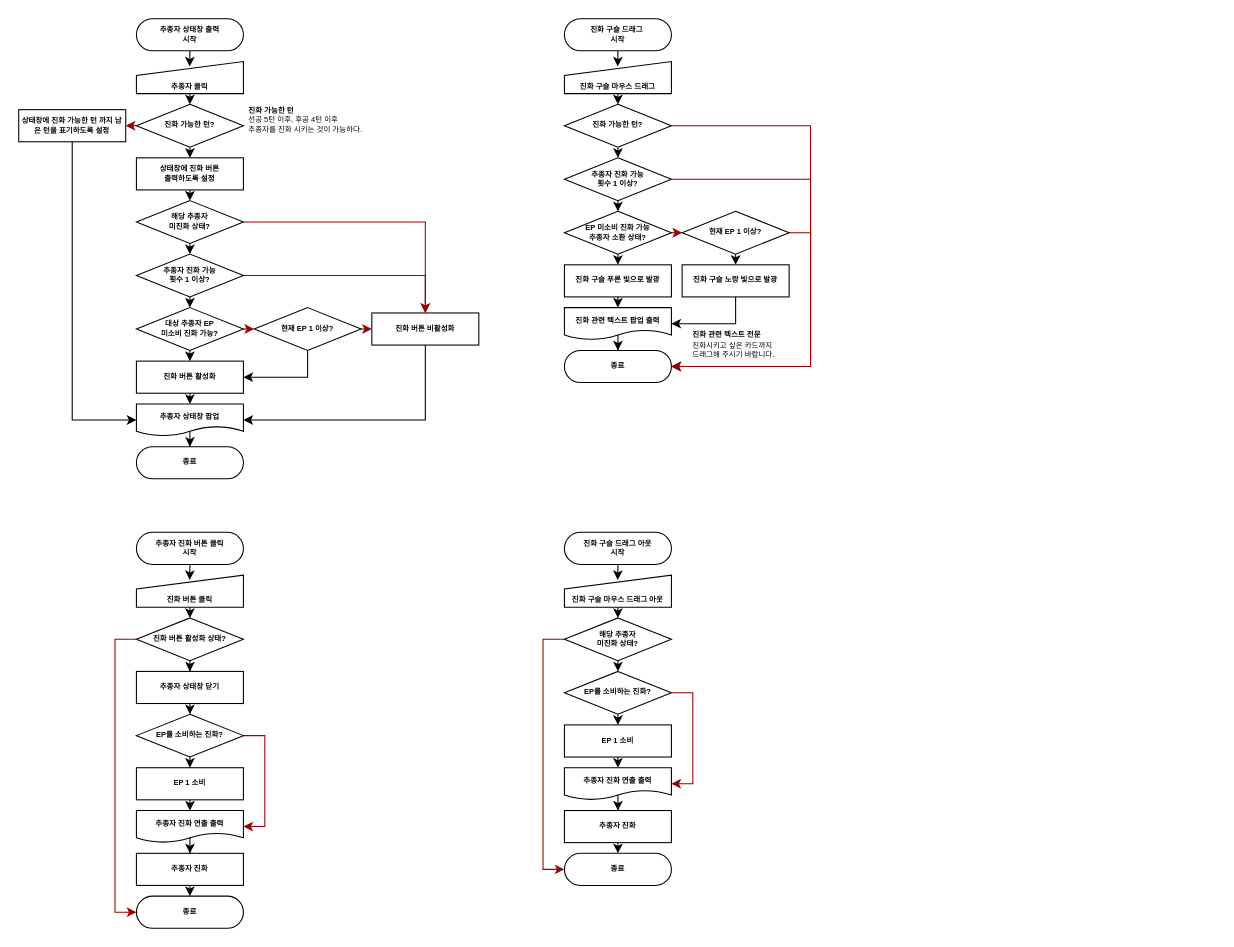
Above: 기획/섀도우 버스/진화 시스템.drawio in yjk0401/unityenginebasic_9th (draw.io), before the change. Source tidied: cells renumbered, new cells numbered last; positions are measured from the earlier drawing's top-left corner, leaving out a move shared by most shapes. Both pictures are drawn from the tidied source at 107%, with x=0, y=0 at pixel (18, 18).
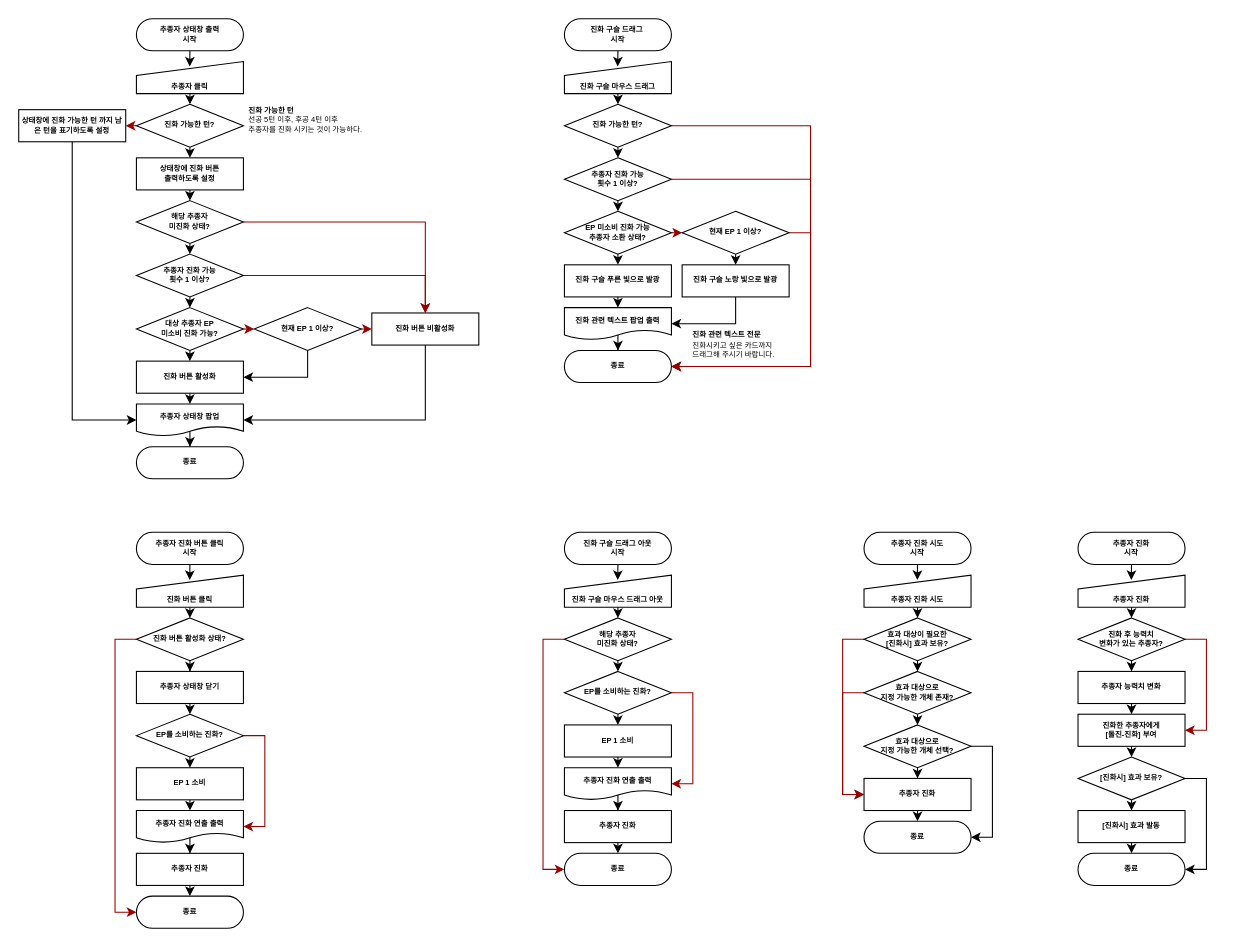
Above is the later version.

Diff of the diagram source:
```diff
@@
+    <mxCell id="93" style="edgeStyle=orthogonalEdgeStyle;rounded=0;jettySize=auto;html=1;exitX=0.5;exitY=1;exitDx=0;exitDy=0;entryX=0.498;entryY=0.154;entryDx=0;entryDy=0;entryPerimeter=0;fontStyle=1;" parent="1" edge="1" source="94" target="96">
+      <mxGeometry relative="1" as="geometry" />
+    </mxCell>
+    <mxCell id="94" value="추종자 진화 시도&lt;div&gt;시작&lt;/div&gt;" style="rounded=1;whiteSpace=wrap;html=1;arcSize=50;fontSize=7;fontStyle=1;" parent="1" vertex="1">
+      <mxGeometry x="790" y="480" width="100" height="30" as="geometry" />
+    </mxCell>
+    <mxCell id="95" style="edgeStyle=orthogonalEdgeStyle;rounded=0;jettySize=auto;html=1;exitX=0.5;exitY=1;exitDx=0;exitDy=0;entryX=0.5;entryY=0;entryDx=0;entryDy=0;" parent="1" edge="1" source="96" target="99">
+      <mxGeometry relative="1" as="geometry" />
+    </mxCell>
+    <mxCell id="96" value="추종자 진화 시도" style="shape=manualInput;whiteSpace=wrap;html=1;size=13;verticalAlign=bottom;fontSize=7;fontStyle=1;" parent="1" vertex="1">
+      <mxGeometry x="790" y="520" width="100" height="30" as="geometry" />
+    </mxCell>
+    <mxCell id="97" style="edgeStyle=orthogonalEdgeStyle;rounded=0;jettySize=auto;html=1;exitX=0.5;exitY=1;exitDx=0;exitDy=0;entryX=0.5;entryY=0;entryDx=0;entryDy=0;" parent="1" edge="1" source="99" target="102">
+      <mxGeometry relative="1" as="geometry" />
+    </mxCell>
+    <mxCell id="98" style="edgeStyle=orthogonalEdgeStyle;rounded=0;jettySize=auto;html=1;exitX=0;exitY=0.5;exitDx=0;exitDy=0;entryX=0;entryY=0.5;entryDx=0;entryDy=0;strokeColor=#990000;" parent="1" edge="1" source="99" target="107">
+      <mxGeometry relative="1" as="geometry" />
+    </mxCell>
+    <mxCell id="99" value="효과 대상이 필요한&lt;div&gt;[진화시] 효과 보유?&lt;/div&gt;" style="rhombus;whiteSpace=wrap;html=1;fontSize=7;fontStyle=1;" parent="1" vertex="1">
+      <mxGeometry x="790" y="560" width="100" height="40" as="geometry" />
+    </mxCell>
+    <mxCell id="100" style="edgeStyle=orthogonalEdgeStyle;rounded=0;jettySize=auto;html=1;exitX=0.5;exitY=1;exitDx=0;exitDy=0;entryX=0.5;entryY=0;entryDx=0;entryDy=0;" parent="1" edge="1" source="102" target="105">
+      <mxGeometry relative="1" as="geometry" />
+    </mxCell>
+    <mxCell id="101" style="edgeStyle=orthogonalEdgeStyle;rounded=0;jettySize=auto;html=1;exitX=0;exitY=0.5;exitDx=0;exitDy=0;entryX=0;entryY=0.5;entryDx=0;entryDy=0;strokeColor=#990000;" parent="1" edge="1" source="102" target="107">
+      <mxGeometry relative="1" as="geometry" />
+    </mxCell>
+    <mxCell id="102" value="효과 대상으로&lt;div&gt;지정 가능한 개체 존재?&lt;/div&gt;" style="rhombus;whiteSpace=wrap;html=1;fontSize=7;fontStyle=1;" parent="1" vertex="1">
+      <mxGeometry x="790" y="610" width="100" height="40" as="geometry" />
+    </mxCell>
+    <mxCell id="103" style="edgeStyle=orthogonalEdgeStyle;rounded=0;jettySize=auto;html=1;exitX=0.5;exitY=1;exitDx=0;exitDy=0;entryX=0.5;entryY=0;entryDx=0;entryDy=0;" parent="1" edge="1" source="105" target="107">
+      <mxGeometry relative="1" as="geometry" />
+    </mxCell>
+    <mxCell id="104" style="edgeStyle=orthogonalEdgeStyle;rounded=0;jettySize=auto;html=1;exitX=1;exitY=0.5;exitDx=0;exitDy=0;entryX=1;entryY=0.5;entryDx=0;entryDy=0;" parent="1" edge="1" source="105" target="108">
+      <mxGeometry relative="1" as="geometry" />
+    </mxCell>
+    <mxCell id="105" value="효과 대상으로&lt;div&gt;지정 가능한 개체 선택?&lt;/div&gt;" style="rhombus;whiteSpace=wrap;html=1;fontSize=7;fontStyle=1;" parent="1" vertex="1">
+      <mxGeometry x="790" y="660" width="100" height="40" as="geometry" />
+    </mxCell>
+    <mxCell id="106" style="edgeStyle=orthogonalEdgeStyle;rounded=0;jettySize=auto;html=1;exitX=0.5;exitY=1;exitDx=0;exitDy=0;entryX=0.5;entryY=0;entryDx=0;entryDy=0;" parent="1" edge="1" source="107" target="108">
+      <mxGeometry relative="1" as="geometry" />
+    </mxCell>
+    <mxCell id="107" value="추종자 진화" style="rounded=1;whiteSpace=wrap;html=1;arcSize=0;fontSize=7;fontStyle=1;" parent="1" vertex="1">
+      <mxGeometry x="790" y="710" width="100" height="30" as="geometry" />
+    </mxCell>
+    <mxCell id="108" value="종료" style="rounded=1;whiteSpace=wrap;html=1;arcSize=50;fontSize=7;fontStyle=1;" parent="1" vertex="1">
+      <mxGeometry x="790" y="750" width="100" height="30" as="geometry" />
+    </mxCell>
+    <mxCell id="109" style="edgeStyle=orthogonalEdgeStyle;rounded=0;jettySize=auto;html=1;exitX=0.5;exitY=1;exitDx=0;exitDy=0;entryX=0.498;entryY=0.154;entryDx=0;entryDy=0;entryPerimeter=0;fontStyle=1;" parent="1" edge="1" source="110" target="112">
+      <mxGeometry relative="1" as="geometry" />
+    </mxCell>
+    <mxCell id="110" value="추종자 진화&lt;div&gt;시작&lt;/div&gt;" style="rounded=1;whiteSpace=wrap;html=1;arcSize=50;fontSize=7;fontStyle=1;" parent="1" vertex="1">
+      <mxGeometry x="990" y="480" width="100" height="30" as="geometry" />
+    </mxCell>
+    <mxCell id="111" style="edgeStyle=orthogonalEdgeStyle;rounded=0;jettySize=auto;html=1;exitX=0.5;exitY=1;exitDx=0;exitDy=0;entryX=0.5;entryY=0;entryDx=0;entryDy=0;" parent="1" edge="1" source="112" target="116">
+      <mxGeometry relative="1" as="geometry" />
+    </mxCell>
+    <mxCell id="112" value="추종자 진화" style="shape=manualInput;whiteSpace=wrap;html=1;size=13;verticalAlign=bottom;fontSize=7;fontStyle=1;" parent="1" vertex="1">
+      <mxGeometry x="990" y="520" width="100" height="30" as="geometry" />
+    </mxCell>
+    <mxCell id="113" style="edgeStyle=orthogonalEdgeStyle;rounded=0;jettySize=auto;html=1;exitX=0.5;exitY=1;exitDx=0;exitDy=0;entryX=0.5;entryY=0;entryDx=0;entryDy=0;" parent="1" edge="1" source="114" target="118">
+      <mxGeometry relative="1" as="geometry" />
+    </mxCell>
+    <mxCell id="114" value="추종자 능력치 변화" style="rounded=1;whiteSpace=wrap;html=1;arcSize=0;fontSize=7;fontStyle=1;" parent="1" vertex="1">
+      <mxGeometry x="990" y="610" width="100" height="30" as="geometry" />
+    </mxCell>
+    <mxCell id="115" style="edgeStyle=orthogonalEdgeStyle;rounded=0;jettySize=auto;html=1;exitX=1;exitY=0.5;exitDx=0;exitDy=0;entryX=1;entryY=0.5;entryDx=0;entryDy=0;strokeColor=#990000;" parent="1" edge="1" source="116" target="118">
+      <mxGeometry relative="1" as="geometry" />
+    </mxCell>
+    <mxCell id="116" value="진화 후 능력치&lt;div&gt;변화가&amp;nbsp;&lt;span style=&quot;background-color: transparent; color: light-dark(rgb(0, 0, 0), rgb(255, 255, 255));&quot;&gt;있는&amp;nbsp;&lt;/span&gt;&lt;span style=&quot;background-color: transparent; color: light-dark(rgb(0, 0, 0), rgb(255, 255, 255));&quot;&gt;추종자?&lt;/span&gt;&lt;/div&gt;" style="rhombus;whiteSpace=wrap;html=1;fontSize=7;fontStyle=1;" parent="1" vertex="1">
+      <mxGeometry x="990" y="560" width="100" height="40" as="geometry" />
+    </mxCell>
+    <mxCell id="117" style="edgeStyle=orthogonalEdgeStyle;rounded=0;jettySize=auto;html=1;exitX=0.5;exitY=1;exitDx=0;exitDy=0;entryX=0.5;entryY=0;entryDx=0;entryDy=0;" parent="1" edge="1" source="118" target="121">
+      <mxGeometry relative="1" as="geometry" />
+    </mxCell>
+    <mxCell id="118" value="진화한 추종자에게&lt;div&gt;[돌진-진화] 부여&lt;/div&gt;" style="rounded=1;whiteSpace=wrap;html=1;arcSize=0;fontSize=7;fontStyle=1;" parent="1" vertex="1">
+      <mxGeometry x="990" y="650" width="100" height="30" as="geometry" />
+    </mxCell>
+    <mxCell id="119" style="edgeStyle=orthogonalEdgeStyle;rounded=0;jettySize=auto;html=1;exitX=0.5;exitY=1;exitDx=0;exitDy=0;entryX=0.5;entryY=0;entryDx=0;entryDy=0;" parent="1" edge="1" source="121" target="123">
+      <mxGeometry relative="1" as="geometry" />
+    </mxCell>
+    <mxCell id="120" style="edgeStyle=orthogonalEdgeStyle;rounded=0;jettySize=auto;html=1;exitX=1;exitY=0.5;exitDx=0;exitDy=0;entryX=1;entryY=0.5;entryDx=0;entryDy=0;" parent="1" edge="1" source="121" target="125">
+      <mxGeometry relative="1" as="geometry" />
+    </mxCell>
+    <mxCell id="121" value="&lt;div&gt;[진화시] 효과 보유?&lt;/div&gt;" style="rhombus;whiteSpace=wrap;html=1;fontSize=7;fontStyle=1;" parent="1" vertex="1">
+      <mxGeometry x="990" y="690" width="100" height="40" as="geometry" />
+    </mxCell>
+    <mxCell id="122" style="edgeStyle=orthogonalEdgeStyle;rounded=0;jettySize=auto;html=1;exitX=0.5;exitY=1;exitDx=0;exitDy=0;entryX=0.5;entryY=0;entryDx=0;entryDy=0;" parent="1" edge="1" source="123" target="125">
+      <mxGeometry relative="1" as="geometry" />
+    </mxCell>
+    <mxCell id="123" value="[진화시] 효과 발동" style="rounded=1;whiteSpace=wrap;html=1;arcSize=0;fontSize=7;fontStyle=1;" parent="1" vertex="1">
+      <mxGeometry x="990" y="740" width="100" height="30" as="geometry" />
+    </mxCell>
+    <mxCell id="124" style="edgeStyle=orthogonalEdgeStyle;rounded=0;jettySize=auto;html=1;exitX=0.5;exitY=1;exitDx=0;exitDy=0;entryX=0.5;entryY=0;entryDx=0;entryDy=0;" parent="1" edge="1" source="116" target="114">
+      <mxGeometry relative="1" as="geometry" />
+    </mxCell>
+    <mxCell id="125" value="종료" style="rounded=1;whiteSpace=wrap;html=1;arcSize=50;fontSize=7;fontStyle=1;" parent="1" vertex="1">
+      <mxGeometry x="990" y="780" width="100" height="30" as="geometry" />
+    </mxCell>
```
